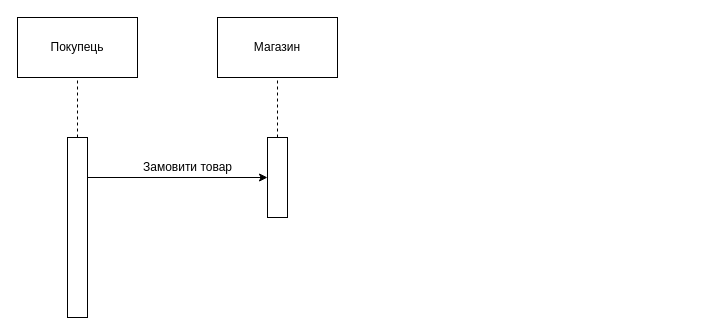
The draw.io diagram OOP GItHub/UML/Лаба 1 (Последовательность).drawio in AleksAndriushyn/GitHubOOP, before the edit. Source tidied: cells renumbered, new cells numbered last; positions are measured from the earlier drawing's top-left corner, leaving out a move shared by most shapes. Both pictures are drawn from the tidied source at 100%, with x=0, y=0 at pixel (17, 17).
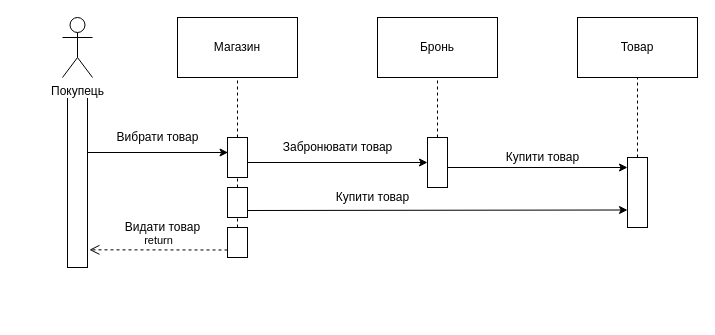
The same diagram, later.

Diff of the diagram source:
```diff
@@
-    <mxCell id="2" value="Покупець&lt;br&gt;" style="rounded=0;whiteSpace=wrap;html=1;" parent="1" vertex="1">
-      <mxGeometry width="120" height="60" as="geometry" />
-    </mxCell>
-    <mxCell id="3" value="Магазин" style="rounded=0;whiteSpace=wrap;html=1;" parent="1" vertex="1">
-      <mxGeometry x="200" width="120" height="60" as="geometry" />
+    <mxCell id="3" value="Товар" style="rounded=0;whiteSpace=wrap;html=1;" parent="1" vertex="1">
+      <mxGeometry x="560" width="120" height="60" as="geometry" />
     </mxCell>
-    <mxCell id="4" style="endArrow=none;dashed=1;html=1;entryX=0.5;entryY=1;entryDx=0;entryDy=0;" parent="1" edge="1" target="2">
-      <mxGeometry relative="1" as="geometry">
-        <mxPoint x="60" y="120" as="sourcePoint" />
-      </mxGeometry>
-    </mxCell>
     <mxCell id="5" style="rounded=0;whiteSpace=wrap;html=1;" parent="1" vertex="1">
-      <mxGeometry x="50" y="120" width="20" height="180" as="geometry" />
+      <mxGeometry x="50" y="80" width="20" height="170" as="geometry" />
     </mxCell>
-    <mxCell id="6" style="endArrow=none;dashed=1;html=1;entryX=0.5;entryY=1;entryDx=0;entryDy=0;" parent="1" edge="1" target="3">
-      <mxGeometry relative="1" as="geometry">
-        <mxPoint x="260" y="120" as="sourcePoint" />
-      </mxGeometry>
+    <mxCell id="6" style="endArrow=none;dashed=1;html=1;entryX=0.5;entryY=1;entryDx=0;entryDy=0;exitX=0.5;exitY=0;exitDx=0;exitDy=0;" parent="1" edge="1" source="7" target="15">
+      <mxGeometry relative="1" as="geometry" />
     </mxCell>
     <mxCell id="7" style="rounded=0;whiteSpace=wrap;html=1;" parent="1" vertex="1">
-      <mxGeometry x="250" y="120" width="20" height="80" as="geometry" />
+      <mxGeometry x="410" y="120" width="20" height="50" as="geometry" />
     </mxCell>
-    <mxCell id="8" style="endArrow=classic;html=1;entryX=0;entryY=0.5;entryDx=0;entryDy=0;" parent="1" edge="1" target="7">
+    <mxCell id="8" style="endArrow=classic;html=1;entryX=0.028;entryY=0.375;entryDx=0;entryDy=0;entryPerimeter=0;" parent="1" edge="1" target="11">
       <mxGeometry relative="1" as="geometry">
-        <mxPoint x="70" y="160" as="sourcePoint" />
+        <mxPoint x="70" y="135" as="sourcePoint" />
       </mxGeometry>
     </mxCell>
-    <mxCell id="9" value="Замовити товар" style="text;html=1;align=center;verticalAlign=middle;" parent="1" vertex="1">
-      <mxGeometry x="120" y="140" width="100" height="20" as="geometry" />
+    <mxCell id="9" value="Вибрати товар" style="text;html=1;align=center;verticalAlign=middle;" parent="1" vertex="1">
+      <mxGeometry x="90" y="110" width="100" height="20" as="geometry" />
     </mxCell>
+    <mxCell id="10" style="endArrow=none;dashed=1;html=1;entryX=0.5;entryY=1;entryDx=0;entryDy=0;exitX=0.5;exitY=0;exitDx=0;exitDy=0;" parent="1" edge="1" source="11" target="14">
+      <mxGeometry relative="1" as="geometry" />
+    </mxCell>
+    <mxCell id="11" style="rounded=0;whiteSpace=wrap;html=1;" parent="1" vertex="1">
+      <mxGeometry x="210" y="120" width="20" height="40" as="geometry" />
+    </mxCell>
+    <mxCell id="12" style="endArrow=classic;html=1;" parent="1" edge="1" target="7">
+      <mxGeometry relative="1" as="geometry">
+        <mxPoint x="230" y="145" as="sourcePoint" />
+      </mxGeometry>
+    </mxCell>
+    <mxCell id="13" value="Забронювати товар" style="text;html=1;align=center;verticalAlign=middle;" parent="1" vertex="1">
+      <mxGeometry x="260" y="120" width="120" height="20" as="geometry" />
+    </mxCell>
+    <mxCell id="2" value="Покупець" style="shape=umlActor;verticalLabelPosition=bottom;labelBackgroundColor=#ffffff;verticalAlign=top;html=1;" parent="1" vertex="1">
+      <mxGeometry x="45" width="30" height="60" as="geometry" />
+    </mxCell>
+    <mxCell id="14" value="Магазин" style="rounded=0;whiteSpace=wrap;html=1;" parent="1" vertex="1">
+      <mxGeometry x="160" width="120" height="60" as="geometry" />
+    </mxCell>
+    <mxCell id="15" value="Бронь" style="rounded=0;whiteSpace=wrap;html=1;" parent="1" vertex="1">
+      <mxGeometry x="360" width="120" height="60" as="geometry" />
+    </mxCell>
+    <mxCell id="16" style="rounded=0;whiteSpace=wrap;html=1;" parent="1" vertex="1">
+      <mxGeometry x="610" y="140" width="20" height="70" as="geometry" />
+    </mxCell>
+    <mxCell id="17" style="endArrow=none;dashed=1;html=1;" parent="1" edge="1">
+      <mxGeometry relative="1" as="geometry">
+        <mxPoint x="620" y="140" as="sourcePoint" />
+        <mxPoint x="620" y="60" as="targetPoint" />
+      </mxGeometry>
+    </mxCell>
+    <mxCell id="18" style="endArrow=classic;html=1;entryX=0;entryY=0.75;entryDx=0;entryDy=0;" parent="1" edge="1" target="16">
+      <mxGeometry relative="1" as="geometry">
+        <mxPoint x="230" y="193" as="sourcePoint" />
+      </mxGeometry>
+    </mxCell>
+    <mxCell id="19" value="Купити товар" style="text;html=1;align=center;verticalAlign=middle;" parent="1" vertex="1">
+      <mxGeometry x="310" y="170" width="90" height="20" as="geometry" />
+    </mxCell>
+    <mxCell id="20" style="endArrow=classic;html=1;" parent="1" edge="1">
+      <mxGeometry relative="1" as="geometry">
+        <mxPoint x="430" y="150" as="sourcePoint" />
+        <mxPoint x="610" y="150" as="targetPoint" />
+      </mxGeometry>
+    </mxCell>
+    <mxCell id="21" value="Купити товар" style="text;html=1;align=center;verticalAlign=middle;" parent="1" vertex="1">
+      <mxGeometry x="480" y="130" width="90" height="20" as="geometry" />
+    </mxCell>
+    <mxCell id="22" style="rounded=0;whiteSpace=wrap;html=1;" parent="1" vertex="1">
+      <mxGeometry x="210" y="170" width="20" height="30" as="geometry" />
+    </mxCell>
+    <mxCell id="23" style="endArrow=none;dashed=1;html=1;entryX=0.5;entryY=1;entryDx=0;entryDy=0;exitX=0.5;exitY=0;exitDx=0;exitDy=0;" parent="1" edge="1" source="22" target="11">
+      <mxGeometry relative="1" as="geometry" />
+    </mxCell>
+    <mxCell id="24" style="rounded=0;whiteSpace=wrap;html=1;" parent="1" vertex="1">
+      <mxGeometry x="210" y="210" width="20" height="30" as="geometry" />
+    </mxCell>
+    <mxCell id="25" value="Видати товар" style="text;html=1;align=center;verticalAlign=middle;" parent="1" vertex="1">
+      <mxGeometry x="100" y="200" width="90" height="20" as="geometry" />
+    </mxCell>
+    <mxCell id="26" style="endArrow=none;dashed=1;html=1;entryX=0.5;entryY=1;entryDx=0;entryDy=0;exitX=0.5;exitY=0;exitDx=0;exitDy=0;" parent="1" edge="1" source="24" target="22">
+      <mxGeometry relative="1" as="geometry" />
+    </mxCell>
+    <mxCell id="27" value="return" style="html=1;verticalAlign=bottom;endArrow=open;dashed=1;endSize=8;entryX=1.094;entryY=0.896;entryDx=0;entryDy=0;entryPerimeter=0;exitX=0;exitY=0.75;exitDx=0;exitDy=0;" parent="1" edge="1" source="24" target="5">
+      <mxGeometry relative="1" as="geometry" />
+    </mxCell>
```
